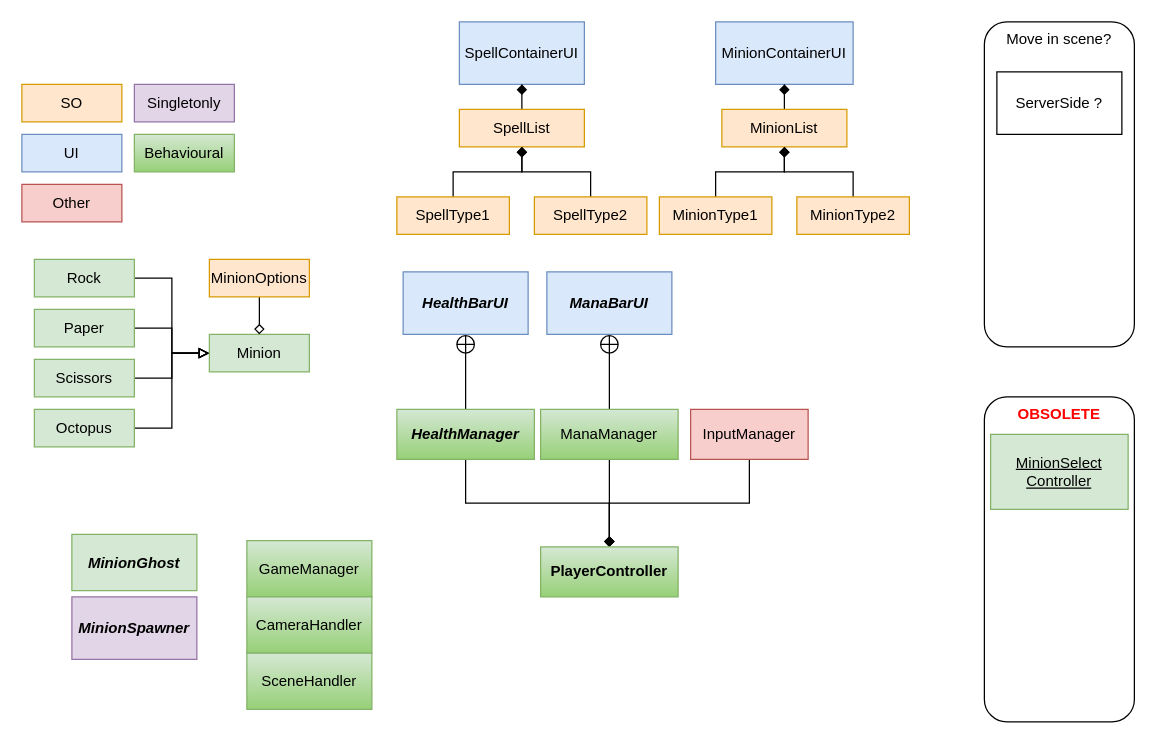
Before: Assets/RPO.drawio in omerasikoglu/RPO, a draw.io diagram. Source tidied: cells renumbered, new cells numbered last; positions are measured from the earlier drawing's top-left corner, leaving out a move shared by most shapes. Both pictures are drawn from the tidied source at 125%, with x=0, y=0 at pixel (21, 21).
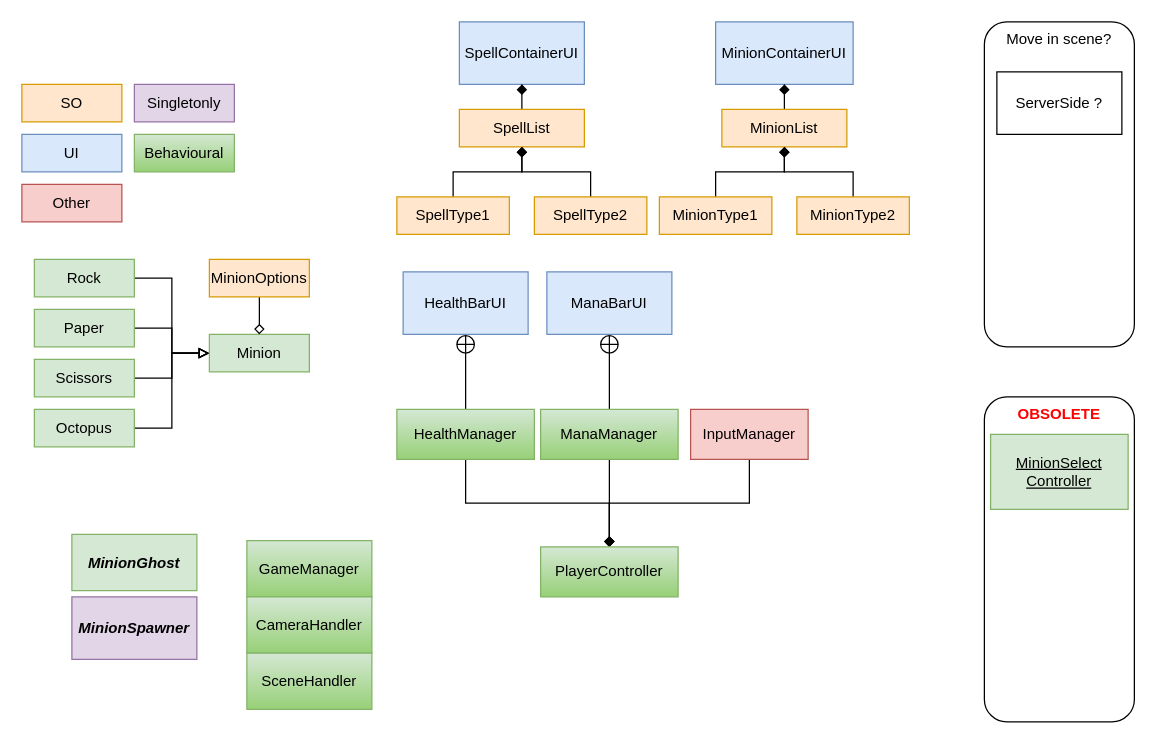
After the change.

Change to the diagram source:
```diff
@@
-    <mxCell id="19" value="HealthBarUI" style="rounded=0;whiteSpace=wrap;html=1;fillColor=#dae8fc;strokeColor=#6c8ebf;fontStyle=3;" parent="1" vertex="1">
+    <mxCell id="19" value="HealthBarUI" style="rounded=0;whiteSpace=wrap;html=1;fillColor=#dae8fc;strokeColor=#6c8ebf;fontStyle=0;" parent="1" vertex="1">
       <mxGeometry x="305" y="200" width="100" height="50" as="geometry" />
     </mxCell>
@@
-    <mxCell id="24" value="ManaBarUI" style="rounded=0;whiteSpace=wrap;html=1;fillColor=#dae8fc;strokeColor=#6c8ebf;fontStyle=3;" parent="1" vertex="1">
+    <mxCell id="24" value="ManaBarUI" style="rounded=0;whiteSpace=wrap;html=1;fillColor=#dae8fc;strokeColor=#6c8ebf;fontStyle=0;" parent="1" vertex="1">
       <mxGeometry x="420" y="200" width="100" height="50" as="geometry" />
     </mxCell>
@@
-    <mxCell id="41" value="HealthManager" style="rounded=0;whiteSpace=wrap;html=1;fillColor=#d5e8d4;strokeColor=#82b366;gradientColor=#97d077;fontStyle=3;" parent="1" vertex="1">
+    <mxCell id="41" value="HealthManager" style="rounded=0;whiteSpace=wrap;html=1;fillColor=#d5e8d4;strokeColor=#82b366;gradientColor=#97d077;fontStyle=0;" parent="1" vertex="1">
       <mxGeometry x="300" y="310" width="110" height="40" as="geometry" />
     </mxCell>
@@
-    <mxCell id="45" value="PlayerController" style="rounded=0;whiteSpace=wrap;html=1;fillColor=#d5e8d4;strokeColor=#82b366;gradientColor=#97d077;fontStyle=1;" parent="1" vertex="1">
+    <mxCell id="45" value="PlayerController" style="rounded=0;whiteSpace=wrap;html=1;fillColor=#d5e8d4;strokeColor=#82b366;gradientColor=#97d077;fontStyle=0;align=center;" parent="1" vertex="1">
       <mxGeometry x="415" y="420" width="110" height="40" as="geometry" />
     </mxCell>
```
